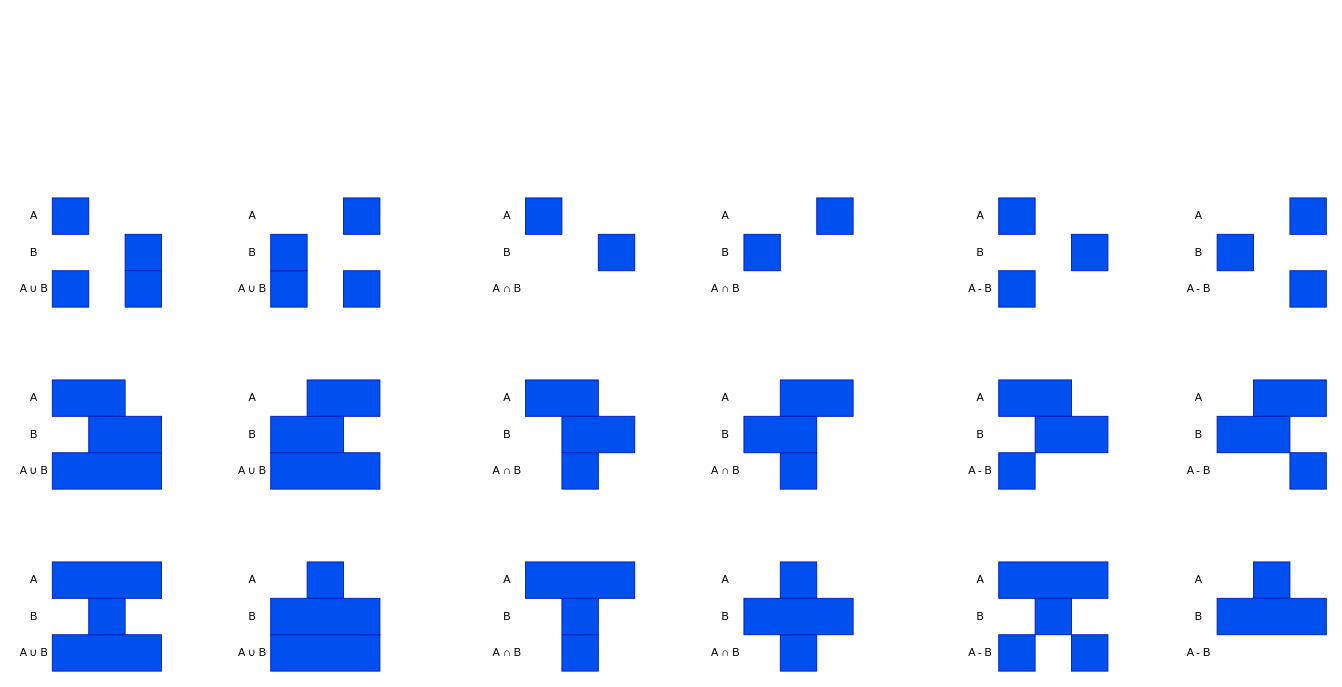
Before: src/SimpleTimeInterval.drawio in yolisses/time-constraints, a draw.io diagram. Source tidied: cells renumbered, new cells numbered last; positions are measured from the earlier drawing's top-left corner, leaving out a move shared by most shapes. Both pictures are drawn from the tidied source at 91%, with x=0, y=0 at pixel (-12, 15).
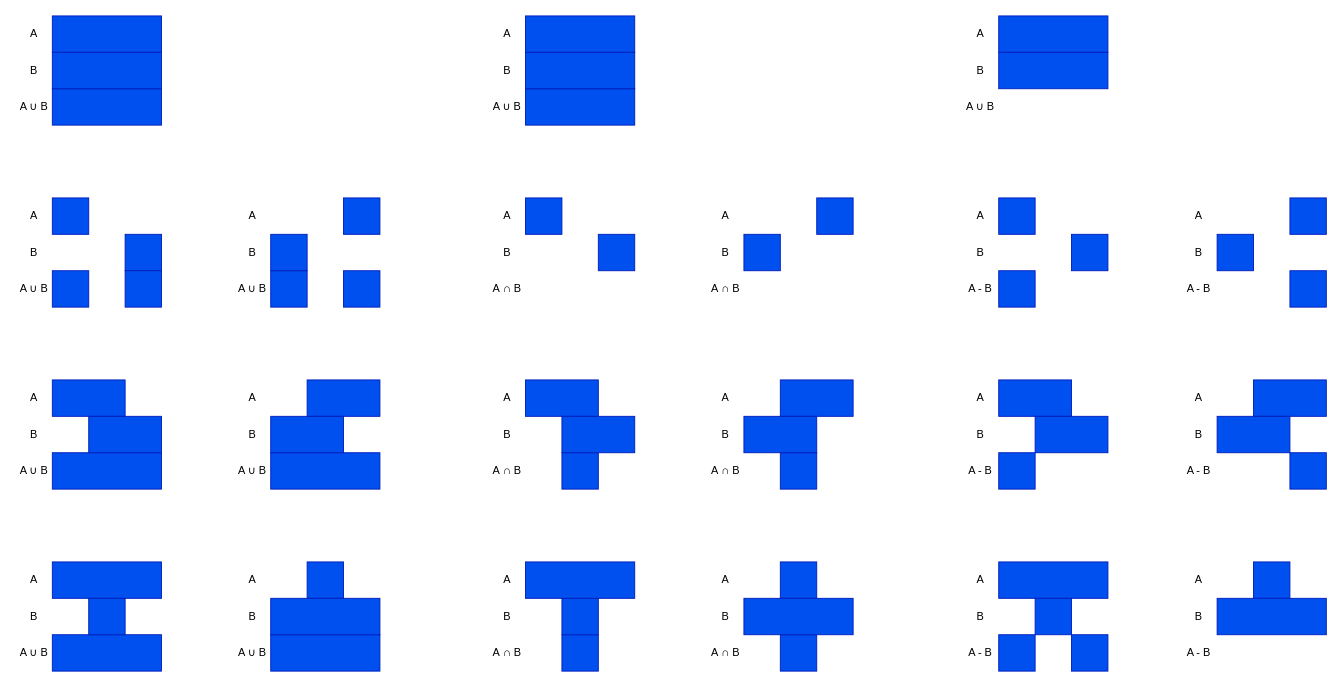
The same page after the edit.

Diff of the diagram source:
```diff
@@
+    <mxCell id="111" style="rounded=0;whiteSpace=wrap;html=1;fillColor=#0050ef;fontColor=#ffffff;strokeColor=#001DBC;" parent="1" vertex="1">
+      <mxGeometry x="70" width="120" height="40" as="geometry" />
+    </mxCell>
+    <mxCell id="112" value="A" style="text;html=1;align=center;verticalAlign=middle;whiteSpace=wrap;rounded=0;" parent="1" vertex="1">
+      <mxGeometry x="30" width="40" height="40" as="geometry" />
+    </mxCell>
+    <mxCell id="113" value="B" style="text;html=1;align=center;verticalAlign=middle;whiteSpace=wrap;rounded=0;" parent="1" vertex="1">
+      <mxGeometry x="30" y="40" width="40" height="40" as="geometry" />
+    </mxCell>
+    <mxCell id="114" value="A ∪ B" style="text;html=1;align=center;verticalAlign=middle;whiteSpace=wrap;rounded=0;" parent="1" vertex="1">
+      <mxGeometry x="30" y="80" width="40" height="40" as="geometry" />
+    </mxCell>
+    <mxCell id="115" style="rounded=0;whiteSpace=wrap;html=1;fillColor=#0050ef;fontColor=#ffffff;strokeColor=#001DBC;" parent="1" vertex="1">
+      <mxGeometry x="70" y="80" width="120" height="40" as="geometry" />
+    </mxCell>
+    <mxCell id="116" style="rounded=0;whiteSpace=wrap;html=1;fillColor=#0050ef;fontColor=#ffffff;strokeColor=#001DBC;" parent="1" vertex="1">
+      <mxGeometry x="70" y="40" width="120" height="40" as="geometry" />
+    </mxCell>
+    <mxCell id="117" style="rounded=0;whiteSpace=wrap;html=1;fillColor=#0050ef;fontColor=#ffffff;strokeColor=#001DBC;" parent="1" vertex="1">
+      <mxGeometry x="590" width="120" height="40" as="geometry" />
+    </mxCell>
+    <mxCell id="118" value="A" style="text;html=1;align=center;verticalAlign=middle;whiteSpace=wrap;rounded=0;" parent="1" vertex="1">
+      <mxGeometry x="550" width="40" height="40" as="geometry" />
+    </mxCell>
+    <mxCell id="119" value="B" style="text;html=1;align=center;verticalAlign=middle;whiteSpace=wrap;rounded=0;" parent="1" vertex="1">
+      <mxGeometry x="550" y="40" width="40" height="40" as="geometry" />
+    </mxCell>
+    <mxCell id="120" value="A ∪ B" style="text;html=1;align=center;verticalAlign=middle;whiteSpace=wrap;rounded=0;" parent="1" vertex="1">
+      <mxGeometry x="550" y="80" width="40" height="40" as="geometry" />
+    </mxCell>
+    <mxCell id="121" style="rounded=0;whiteSpace=wrap;html=1;fillColor=#0050ef;fontColor=#ffffff;strokeColor=#001DBC;" parent="1" vertex="1">
+      <mxGeometry x="590" y="80" width="120" height="40" as="geometry" />
+    </mxCell>
+    <mxCell id="122" style="rounded=0;whiteSpace=wrap;html=1;fillColor=#0050ef;fontColor=#ffffff;strokeColor=#001DBC;" parent="1" vertex="1">
+      <mxGeometry x="590" y="40" width="120" height="40" as="geometry" />
+    </mxCell>
+    <mxCell id="123" style="rounded=0;whiteSpace=wrap;html=1;fillColor=#0050ef;fontColor=#ffffff;strokeColor=#001DBC;" parent="1" vertex="1">
+      <mxGeometry x="1110" width="120" height="40" as="geometry" />
+    </mxCell>
+    <mxCell id="124" value="A" style="text;html=1;align=center;verticalAlign=middle;whiteSpace=wrap;rounded=0;" parent="1" vertex="1">
+      <mxGeometry x="1070" width="40" height="40" as="geometry" />
+    </mxCell>
+    <mxCell id="125" value="B" style="text;html=1;align=center;verticalAlign=middle;whiteSpace=wrap;rounded=0;" parent="1" vertex="1">
+      <mxGeometry x="1070" y="40" width="40" height="40" as="geometry" />
+    </mxCell>
+    <mxCell id="126" value="A ∪ B" style="text;html=1;align=center;verticalAlign=middle;whiteSpace=wrap;rounded=0;" parent="1" vertex="1">
+      <mxGeometry x="1070" y="80" width="40" height="40" as="geometry" />
+    </mxCell>
+    <mxCell id="127" style="rounded=0;whiteSpace=wrap;html=1;fillColor=#0050ef;fontColor=#ffffff;strokeColor=#001DBC;" parent="1" vertex="1">
+      <mxGeometry x="1110" y="40" width="120" height="40" as="geometry" />
+    </mxCell>
```
